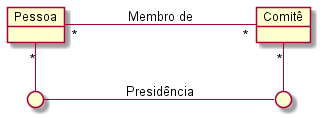
This is Imagens/modelos-05/mod05ima10/mod05ima10.png from kyriosdata/oo, a PlantUML export, as it was before one commit. Source of this version:
```plantuml
@startuml mod05ima10
object "Pessoa" as pe
object "Comitê" as co
circle " " as p1
circle " " as p2
left to right direction
pe "*"---"*" co : Membro de
pe "*"-right- p1
p1 --- p2 : Presidência
p2 -left- "*" co
@enduml
```
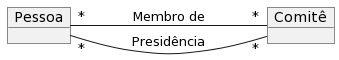
The same diagram one commit later.

The edit, as a diff of the source:
```diff
@@ -1,11 +1,7 @@
-@startuml mod05ima10
+@startuml
 object "Pessoa" as pe
 object "Comitê" as co
-circle " " as p1
-circle " " as p2
 left to right direction
 pe "*"---"*" co : Membro de
-pe "*"-right- p1
-p1 --- p2 : Presidência
-p2 -left- "*" co
+pe "*"--- "*" co : Presidência
 @enduml
```
